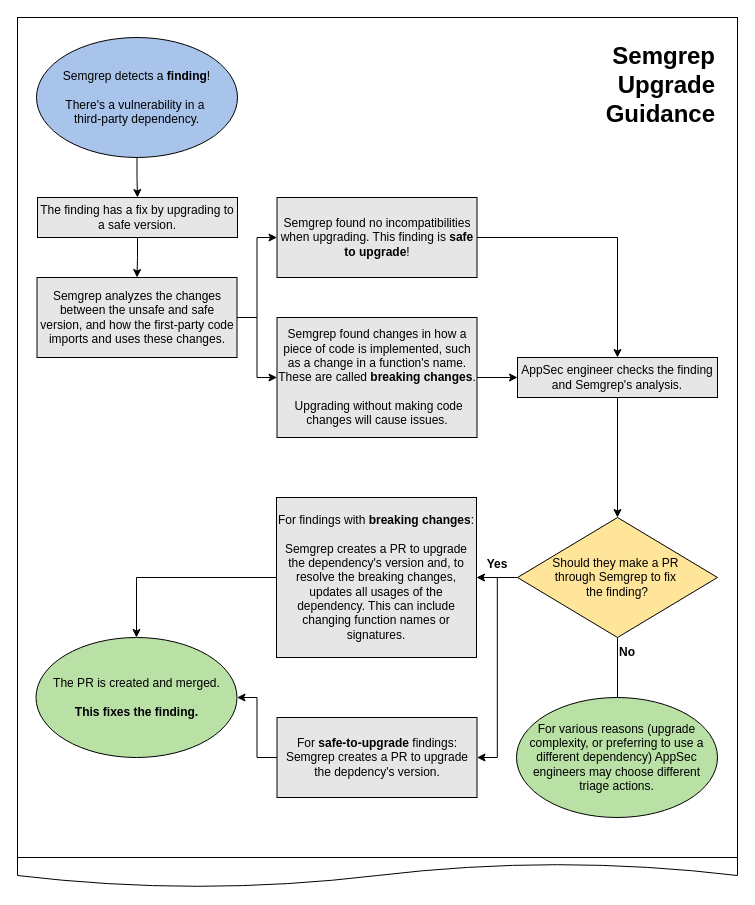
Above: upgrade-guidance-formatted.drawio in s-santillan/semgrep-docs-diagrams (draw.io), before the change. Source tidied: cells renumbered, new cells numbered last; positions are measured from the earlier drawing's top-left corner, leaving out a move shared by most shapes. Both pictures are drawn from the tidied source at 100%, with x=0, y=0 at pixel (17, 17).
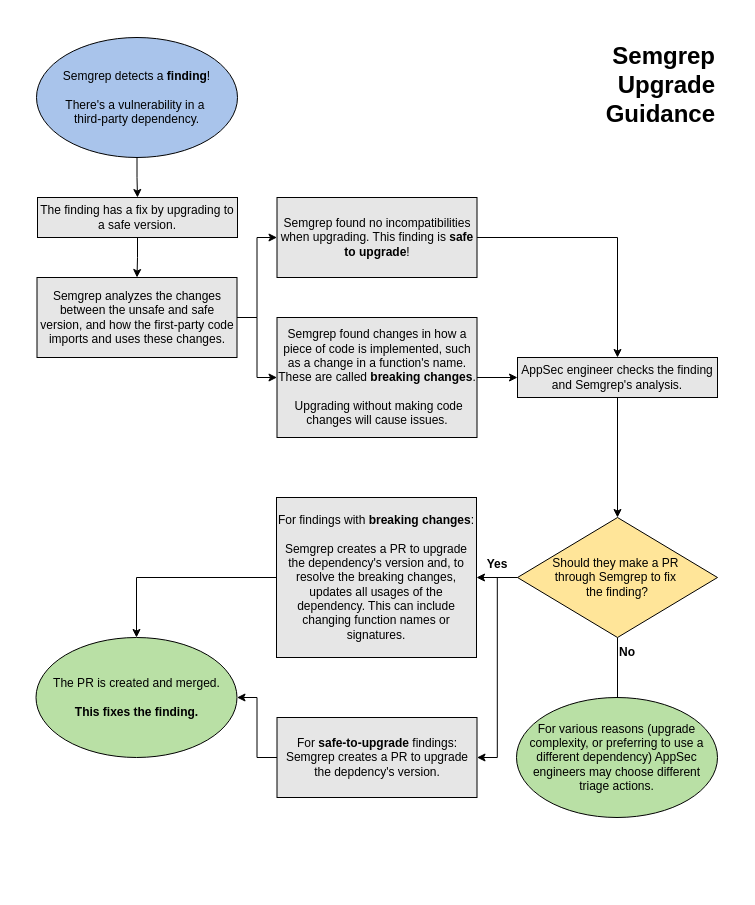
After the change.

Diff of the diagram source:
```diff
@@
-    <mxCell id="2" style="shape=document;whiteSpace=wrap;html=1;boundedLbl=1;strokeColor=default;" parent="1" vertex="1">
-      <mxGeometry y="790" width="720" height="80" as="geometry" />
-    </mxCell>
-    <mxCell id="3" style="rounded=0;whiteSpace=wrap;html=1;" parent="1" vertex="1">
-      <mxGeometry width="720" height="840" as="geometry" />
-    </mxCell>
```
